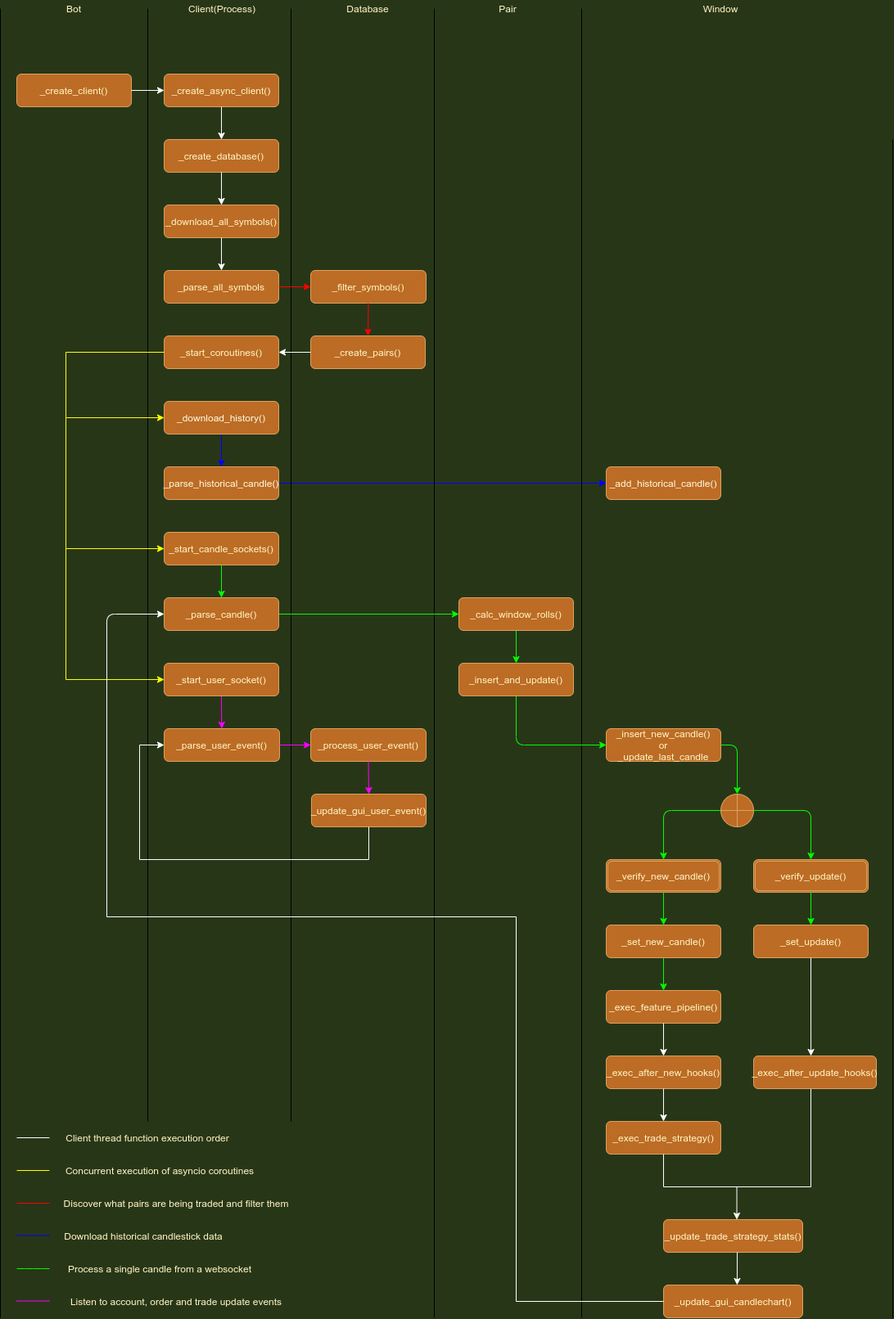
This is docs/bbot_internals.png from TvanMeer/bbot, a draw.io export, as it was before one commit. Source tidied: cells renumbered, new cells last; positions are measured from the earlier drawing's top-left corner, leaving out a move shared by most shapes.
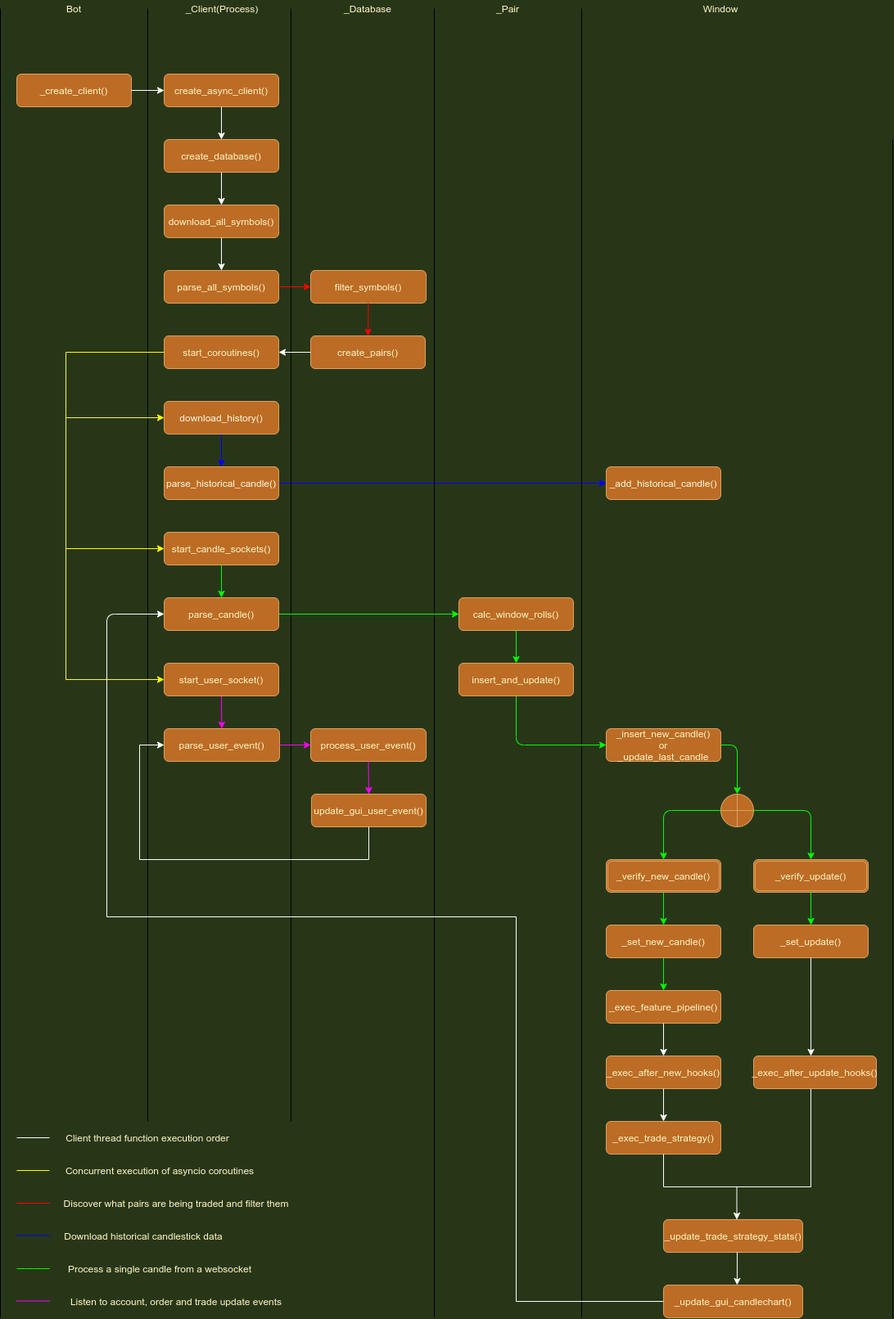
After the change.

Diff of the diagram source:
```diff
@@ -5,13 +5,13 @@
     <mxCell id="2" style="edgeStyle=orthogonalEdgeStyle;rounded=0;jettySize=auto;html=1;labelBackgroundColor=#283618;fontColor=#FEFAE0;strokeColor=#0000FF;" parent="1" edge="1" source="3" target="5">
       <mxGeometry relative="1" as="geometry" />
     </mxCell>
-    <mxCell id="3" value="_download_history()" style="rounded=1;whiteSpace=wrap;html=1;fontSize=12;glass=0;strokeWidth=1;shadow=0;fillColor=#BC6C25;strokeColor=#DDA15E;fontColor=#FEFAE0;" parent="1" vertex="1">
+    <mxCell id="3" value="download_history()" style="rounded=1;whiteSpace=wrap;html=1;fontSize=12;glass=0;strokeWidth=1;shadow=0;fillColor=#BC6C25;strokeColor=#DDA15E;fontColor=#FEFAE0;" parent="1" vertex="1">
       <mxGeometry x="200" y="490" width="140" height="40" as="geometry" />
     </mxCell>
     <mxCell id="4" style="edgeStyle=orthogonalEdgeStyle;rounded=0;jettySize=auto;html=1;labelBackgroundColor=#283618;fontColor=#FEFAE0;strokeColor=#0000FF;entryX=0;entryY=0.5;entryDx=0;entryDy=0;" parent="1" edge="1" source="5" target="6">
       <mxGeometry relative="1" as="geometry" />
     </mxCell>
-    <mxCell id="5" value="_parse_historical_candle()" style="rounded=1;whiteSpace=wrap;html=1;fontSize=12;glass=0;strokeWidth=1;shadow=0;fillColor=#BC6C25;strokeColor=#DDA15E;fontColor=#FEFAE0;" parent="1" vertex="1">
+    <mxCell id="5" value="parse_historical_candle()" style="rounded=1;whiteSpace=wrap;html=1;fontSize=12;glass=0;strokeWidth=1;shadow=0;fillColor=#BC6C25;strokeColor=#DDA15E;fontColor=#FEFAE0;" parent="1" vertex="1">
       <mxGeometry x="200" y="570" width="140" height="40" as="geometry" />
     </mxCell>
     <mxCell id="6" value="_add_historical_candle()" style="rounded=1;whiteSpace=wrap;html=1;fillColor=#BC6C25;strokeColor=#DDA15E;fontColor=#FEFAE0;" parent="1" vertex="1">
@@ -32,37 +32,37 @@
         <mxPoint x="710" y="10" as="targetPoint" />
       </mxGeometry>
     </mxCell>
-    <mxCell id="10" value="Client(Process)" style="text;html=1;strokeColor=none;fillColor=none;align=center;verticalAlign=middle;whiteSpace=wrap;rounded=0;sketch=0;labelBackgroundColor=none;fontColor=#FFF4C3;strokeWidth=1;" parent="1" vertex="1">
+    <mxCell id="10" value="_Client(Process)" style="text;html=1;strokeColor=none;fillColor=none;align=center;verticalAlign=middle;whiteSpace=wrap;rounded=0;sketch=0;labelBackgroundColor=none;fontColor=#FFF4C3;strokeWidth=1;" parent="1" vertex="1">
       <mxGeometry x="250.5" width="40" height="20" as="geometry" />
     </mxCell>
-    <mxCell id="11" value="Database" style="text;html=1;strokeColor=none;fillColor=none;align=center;verticalAlign=middle;whiteSpace=wrap;rounded=0;labelBackgroundColor=none;sketch=0;fontColor=#FFF4C3;" parent="1" vertex="1">
+    <mxCell id="11" value="_Database" style="text;html=1;strokeColor=none;fillColor=none;align=center;verticalAlign=middle;whiteSpace=wrap;rounded=0;labelBackgroundColor=none;sketch=0;fontColor=#FFF4C3;" parent="1" vertex="1">
       <mxGeometry x="419" width="60" height="20" as="geometry" />
     </mxCell>
-    <mxCell id="12" value="Pair" style="text;html=1;strokeColor=none;fillColor=none;align=center;verticalAlign=middle;whiteSpace=wrap;rounded=0;labelBackgroundColor=none;sketch=0;fontColor=#FFF4C3;" parent="1" vertex="1">
+    <mxCell id="12" value="_Pair" style="text;html=1;strokeColor=none;fillColor=none;align=center;verticalAlign=middle;whiteSpace=wrap;rounded=0;labelBackgroundColor=none;sketch=0;fontColor=#FFF4C3;" parent="1" vertex="1">
       <mxGeometry x="600" width="40" height="20" as="geometry" />
     </mxCell>
     <mxCell id="13" value="Window" style="text;html=1;strokeColor=none;fillColor=none;align=center;verticalAlign=middle;whiteSpace=wrap;rounded=0;labelBackgroundColor=none;sketch=0;fontColor=#FFF4C3;" parent="1" vertex="1">
       <mxGeometry x="860" width="40" height="20" as="geometry" />
     </mxCell>
-    <mxCell id="14" value="_start_candle_sockets()" style="rounded=1;whiteSpace=wrap;html=1;labelBackgroundColor=none;sketch=0;fontColor=#FFF4C3;strokeColor=#DDA15E;strokeWidth=1;fillColor=#BC6C25;" parent="1" vertex="1">
+    <mxCell id="14" value="start_candle_sockets()" style="rounded=1;whiteSpace=wrap;html=1;labelBackgroundColor=none;sketch=0;fontColor=#FFF4C3;strokeColor=#DDA15E;strokeWidth=1;fillColor=#BC6C25;" parent="1" vertex="1">
       <mxGeometry x="200" y="650" width="140" height="40" as="geometry" />
     </mxCell>
     <mxCell id="15" style="edgeStyle=orthogonalEdgeStyle;curved=0;rounded=1;sketch=0;jettySize=auto;html=1;fontColor=#FFF4C3;fillColor=#BC6C25;strokeColor=#00FF00;entryX=0;entryY=0.5;entryDx=0;entryDy=0;" parent="1" edge="1" source="16" target="18">
       <mxGeometry relative="1" as="geometry" />
     </mxCell>
-    <mxCell id="16" value="_parse_candle()" style="rounded=1;whiteSpace=wrap;html=1;labelBackgroundColor=none;sketch=0;fontColor=#FFF4C3;strokeColor=#DDA15E;strokeWidth=1;fillColor=#BC6C25;" parent="1" vertex="1">
+    <mxCell id="16" value="parse_candle()" style="rounded=1;whiteSpace=wrap;html=1;labelBackgroundColor=none;sketch=0;fontColor=#FFF4C3;strokeColor=#DDA15E;strokeWidth=1;fillColor=#BC6C25;" parent="1" vertex="1">
       <mxGeometry x="200" y="730" width="140" height="40" as="geometry" />
     </mxCell>
     <mxCell id="17" style="endArrow=classic;html=1;fontColor=#FFF4C3;fillColor=#BC6C25;entryX=0.5;entryY=0;entryDx=0;entryDy=0;exitX=0.5;exitY=1;exitDx=0;exitDy=0;strokeColor=#00FF00;" parent="1" edge="1" source="14" target="16">
       <mxGeometry relative="1" as="geometry" />
     </mxCell>
-    <mxCell id="18" value="_calc_window_rolls()" style="rounded=1;whiteSpace=wrap;html=1;labelBackgroundColor=none;sketch=0;fontColor=#FFF4C3;strokeColor=#DDA15E;strokeWidth=1;fillColor=#BC6C25;" parent="1" vertex="1">
+    <mxCell id="18" value="calc_window_rolls()" style="rounded=1;whiteSpace=wrap;html=1;labelBackgroundColor=none;sketch=0;fontColor=#FFF4C3;strokeColor=#DDA15E;strokeWidth=1;fillColor=#BC6C25;" parent="1" vertex="1">
       <mxGeometry x="560" y="730" width="140" height="40" as="geometry" />
     </mxCell>
     <mxCell id="19" style="edgeStyle=orthogonalEdgeStyle;curved=0;rounded=1;sketch=0;jettySize=auto;html=1;exitX=0.5;exitY=1;exitDx=0;exitDy=0;entryX=0;entryY=0.5;entryDx=0;entryDy=0;fontColor=#FFF4C3;fillColor=#BC6C25;strokeColor=#00FF00;" parent="1" edge="1" source="20" target="22">
       <mxGeometry relative="1" as="geometry" />
     </mxCell>
-    <mxCell id="20" value="_insert_and_update()" style="rounded=1;whiteSpace=wrap;html=1;labelBackgroundColor=none;sketch=0;fontColor=#FFF4C3;strokeColor=#DDA15E;strokeWidth=1;fillColor=#BC6C25;" parent="1" vertex="1">
+    <mxCell id="20" value="insert_and_update()" style="rounded=1;whiteSpace=wrap;html=1;labelBackgroundColor=none;sketch=0;fontColor=#FFF4C3;strokeColor=#DDA15E;strokeWidth=1;fillColor=#BC6C25;" parent="1" vertex="1">
       <mxGeometry x="560" y="810" width="140" height="40" as="geometry" />
     </mxCell>
     <mxCell id="21" style="endArrow=classic;html=1;fontColor=#FFF4C3;fillColor=#BC6C25;exitX=0.5;exitY=1;exitDx=0;exitDy=0;strokeColor=#00FF00;" parent="1" edge="1" source="18">
@@ -127,13 +127,13 @@
         <mxPoint x="1090" y="170" as="targetPoint" />
       </mxGeometry>
     </mxCell>
-    <mxCell id="35" value="_parse_all_symbols" style="rounded=1;whiteSpace=wrap;html=1;labelBackgroundColor=none;sketch=0;fontColor=#FFF4C3;strokeColor=#DDA15E;strokeWidth=1;fillColor=#BC6C25;" parent="1" vertex="1">
+    <mxCell id="35" value="parse_all_symbols()" style="rounded=1;whiteSpace=wrap;html=1;labelBackgroundColor=none;sketch=0;fontColor=#FFF4C3;strokeColor=#DDA15E;strokeWidth=1;fillColor=#BC6C25;" parent="1" vertex="1">
       <mxGeometry x="200" y="330" width="140" height="40" as="geometry" />
     </mxCell>
-    <mxCell id="36" value="_filter_symbols()" style="rounded=1;whiteSpace=wrap;html=1;labelBackgroundColor=none;sketch=0;fontColor=#FFF4C3;strokeColor=#DDA15E;strokeWidth=1;fillColor=#BC6C25;" parent="1" vertex="1">
+    <mxCell id="36" value="filter_symbols()" style="rounded=1;whiteSpace=wrap;html=1;labelBackgroundColor=none;sketch=0;fontColor=#FFF4C3;strokeColor=#DDA15E;strokeWidth=1;fillColor=#BC6C25;" parent="1" vertex="1">
       <mxGeometry x="379" y="330" width="141" height="40" as="geometry" />
     </mxCell>
-    <mxCell id="37" value="_create_pairs()" style="rounded=1;whiteSpace=wrap;html=1;labelBackgroundColor=none;sketch=0;fontColor=#FFF4C3;strokeColor=#DDA15E;strokeWidth=1;fillColor=#BC6C25;" parent="1" vertex="1">
+    <mxCell id="37" value="create_pairs()" style="rounded=1;whiteSpace=wrap;html=1;labelBackgroundColor=none;sketch=0;fontColor=#FFF4C3;strokeColor=#DDA15E;strokeWidth=1;fillColor=#BC6C25;" parent="1" vertex="1">
       <mxGeometry x="379" y="410" width="140" height="40" as="geometry" />
     </mxCell>
     <mxCell id="38" style="endArrow=classic;html=1;fontColor=#FFF4C3;fillColor=#BC6C25;entryX=0;entryY=0.5;entryDx=0;entryDy=0;exitX=1;exitY=0.5;exitDx=0;exitDy=0;strokeColor=#FF0000;" parent="1" edge="1" source="35" target="36">
@@ -145,13 +145,13 @@
     <mxCell id="40" style="edgeStyle=orthogonalEdgeStyle;curved=0;rounded=1;sketch=0;jettySize=auto;html=1;fontColor=#FFF4C3;fillColor=#BC6C25;strokeColor=#FF00FF;" parent="1" edge="1" source="41" target="42">
       <mxGeometry relative="1" as="geometry" />
     </mxCell>
-    <mxCell id="41" value="_start_user_socket()" style="rounded=1;whiteSpace=wrap;html=1;labelBackgroundColor=none;sketch=0;fontColor=#FFF4C3;strokeColor=#DDA15E;strokeWidth=1;fillColor=#BC6C25;" parent="1" vertex="1">
+    <mxCell id="41" value="start_user_socket()" style="rounded=1;whiteSpace=wrap;html=1;labelBackgroundColor=none;sketch=0;fontColor=#FFF4C3;strokeColor=#DDA15E;strokeWidth=1;fillColor=#BC6C25;" parent="1" vertex="1">
       <mxGeometry x="200" y="810" width="140" height="40" as="geometry" />
     </mxCell>
-    <mxCell id="42" value="_parse_user_event()" style="rounded=1;whiteSpace=wrap;html=1;labelBackgroundColor=none;sketch=0;fontColor=#FFF4C3;strokeColor=#DDA15E;strokeWidth=1;fillColor=#BC6C25;" parent="1" vertex="1">
+    <mxCell id="42" value="parse_user_event()" style="rounded=1;whiteSpace=wrap;html=1;labelBackgroundColor=none;sketch=0;fontColor=#FFF4C3;strokeColor=#DDA15E;strokeWidth=1;fillColor=#BC6C25;" parent="1" vertex="1">
       <mxGeometry x="200" y="890" width="141" height="40" as="geometry" />
     </mxCell>
-    <mxCell id="43" value="_download_all_symbols()" style="rounded=1;whiteSpace=wrap;html=1;labelBackgroundColor=none;sketch=0;fontColor=#FFF4C3;strokeColor=#DDA15E;strokeWidth=1;fillColor=#BC6C25;" parent="1" vertex="1">
+    <mxCell id="43" value="download_all_symbols()" style="rounded=1;whiteSpace=wrap;html=1;labelBackgroundColor=none;sketch=0;fontColor=#FFF4C3;strokeColor=#DDA15E;strokeWidth=1;fillColor=#BC6C25;" parent="1" vertex="1">
       <mxGeometry x="200" y="250" width="140" height="40" as="geometry" />
     </mxCell>
     <mxCell id="44" style="endArrow=classic;html=1;fontColor=#FFF4C3;fillColor=#BC6C25;entryX=0.5;entryY=0;entryDx=0;entryDy=0;exitX=0.5;exitY=1;exitDx=0;exitDy=0;strokeColor=#FFFFFF;" parent="1" edge="1" source="43" target="35">
@@ -172,7 +172,7 @@
     <mxCell id="48" style="endArrow=classic;html=1;fontColor=#FFF4C3;fillColor=#BC6C25;exitX=1;exitY=0.5;exitDx=0;exitDy=0;entryX=0;entryY=0.5;entryDx=0;entryDy=0;strokeColor=#FFFFFF;" parent="1" edge="1" source="45" target="97">
       <mxGeometry relative="1" as="geometry" />
     </mxCell>
-    <mxCell id="49" value="_start_coroutines()" style="rounded=1;whiteSpace=wrap;html=1;labelBackgroundColor=none;sketch=0;fontColor=#FFF4C3;strokeColor=#DDA15E;strokeWidth=1;fillColor=#BC6C25;" parent="1" vertex="1">
+    <mxCell id="49" value="start_coroutines()" style="rounded=1;whiteSpace=wrap;html=1;labelBackgroundColor=none;sketch=0;fontColor=#FFF4C3;strokeColor=#DDA15E;strokeWidth=1;fillColor=#BC6C25;" parent="1" vertex="1">
       <mxGeometry x="200" y="410" width="140" height="40" as="geometry" />
     </mxCell>
     <mxCell id="50" style="endArrow=classic;html=1;fontColor=#FFF4C3;fillColor=#BC6C25;entryX=1;entryY=0.5;entryDx=0;entryDy=0;exitX=0;exitY=0.5;exitDx=0;exitDy=0;strokeColor=#FFFFFF;" parent="1" edge="1" source="37" target="49">
@@ -341,13 +341,13 @@
     <mxCell id="85" value="Concurrent execution of asyncio coroutines" style="text;html=1;strokeColor=none;fillColor=none;align=center;verticalAlign=middle;whiteSpace=wrap;rounded=0;labelBackgroundColor=none;sketch=0;fontColor=#FFF4C3;" parent="1" vertex="1">
       <mxGeometry x="60" y="1420" width="270" height="20" as="geometry" />
     </mxCell>
-    <mxCell id="86" value="_process_user_event()" style="rounded=1;whiteSpace=wrap;html=1;labelBackgroundColor=none;sketch=0;fontColor=#FFF4C3;strokeColor=#DDA15E;strokeWidth=1;fillColor=#BC6C25;" parent="1" vertex="1">
+    <mxCell id="86" value="process_user_event()" style="rounded=1;whiteSpace=wrap;html=1;labelBackgroundColor=none;sketch=0;fontColor=#FFF4C3;strokeColor=#DDA15E;strokeWidth=1;fillColor=#BC6C25;" parent="1" vertex="1">
       <mxGeometry x="379" y="890" width="141" height="40" as="geometry" />
     </mxCell>
     <mxCell id="87" style="endArrow=classic;html=1;fontColor=#FFF4C3;strokeColor=#FF00FF;fillColor=#BC6C25;exitX=1;exitY=0.5;exitDx=0;exitDy=0;entryX=0;entryY=0.5;entryDx=0;entryDy=0;" parent="1" edge="1" source="42" target="86">
       <mxGeometry relative="1" as="geometry" />
     </mxCell>
-    <mxCell id="88" value="_update_gui_user_event()" style="rounded=1;whiteSpace=wrap;html=1;labelBackgroundColor=none;sketch=0;fontColor=#FFF4C3;strokeColor=#DDA15E;strokeWidth=1;fillColor=#BC6C25;" parent="1" vertex="1">
+    <mxCell id="88" value="update_gui_user_event()" style="rounded=1;whiteSpace=wrap;html=1;labelBackgroundColor=none;sketch=0;fontColor=#FFF4C3;strokeColor=#DDA15E;strokeWidth=1;fillColor=#BC6C25;" parent="1" vertex="1">
       <mxGeometry x="380" y="970" width="140" height="40" as="geometry" />
     </mxCell>
     <mxCell id="89" style="endArrow=classic;html=1;fontColor=#FFF4C3;strokeColor=#FF00FF;fillColor=#BC6C25;exitX=0.5;exitY=1;exitDx=0;exitDy=0;" parent="1" edge="1" source="86">
@@ -382,13 +382,13 @@
         <mxPoint x="450" y="1050" as="targetPoint" />
       </mxGeometry>
     </mxCell>
-    <mxCell id="95" value="_create_database()" style="rounded=1;whiteSpace=wrap;html=1;fillColor=#BC6C25;strokeColor=#DDA15E;fontColor=#FFF4C3;" parent="1" vertex="1">
+    <mxCell id="95" value="create_database()" style="rounded=1;whiteSpace=wrap;html=1;fillColor=#BC6C25;strokeColor=#DDA15E;fontColor=#FFF4C3;" parent="1" vertex="1">
       <mxGeometry x="200" y="170" width="140" height="40" as="geometry" />
     </mxCell>
     <mxCell id="96" style="endArrow=classic;html=1;fontColor=#FFF4C3;entryX=0.5;entryY=0;entryDx=0;entryDy=0;exitX=0.5;exitY=1;exitDx=0;exitDy=0;strokeColor=#FFFFFF;" parent="1" edge="1" source="95" target="43">
       <mxGeometry relative="1" as="geometry" />
     </mxCell>
-    <mxCell id="97" value="_create_async_client()" style="rounded=1;whiteSpace=wrap;html=1;fontColor=#FFF4C3;strokeColor=#DDA15E;fillColor=#BC6C25;" parent="1" vertex="1">
+    <mxCell id="97" value="create_async_client()" style="rounded=1;whiteSpace=wrap;html=1;fontColor=#FFF4C3;strokeColor=#DDA15E;fillColor=#BC6C25;" parent="1" vertex="1">
       <mxGeometry x="200" y="90" width="140" height="40" as="geometry" />
     </mxCell>
     <mxCell id="98" style="endArrow=classic;html=1;fontColor=#FFF4C3;strokeColor=#FFFFFF;entryX=0.5;entryY=0;entryDx=0;entryDy=0;exitX=0.5;exitY=1;exitDx=0;exitDy=0;" parent="1" edge="1" source="97" target="95">
```
